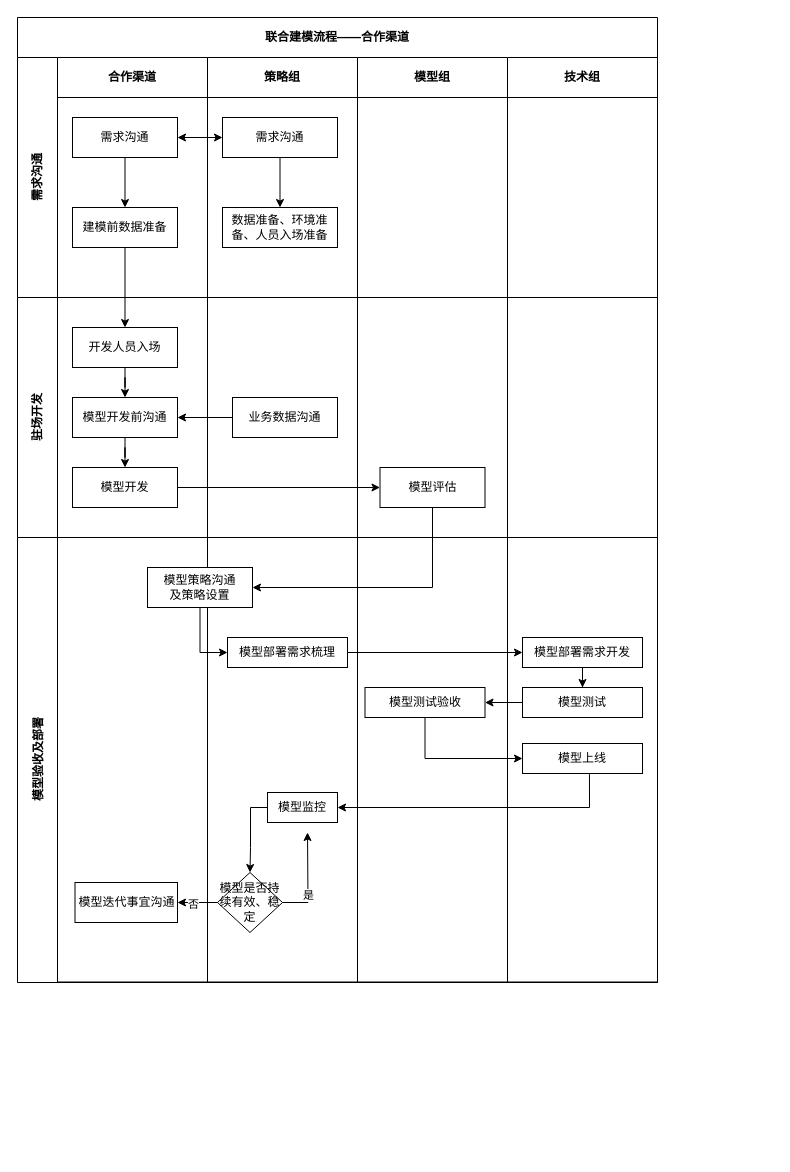
Earlier version of the draw.io diagram page "资产方" (1 of 2) of 建模流程.drawio (rayboom/books). Source tidied: cells renumbered, new cells numbered last; positions are measured from the earlier drawing's top-left corner, leaving out a move shared by most shapes. Both pictures are drawn from the tidied source at 100%, with x=0, y=0 at pixel (17, 17).
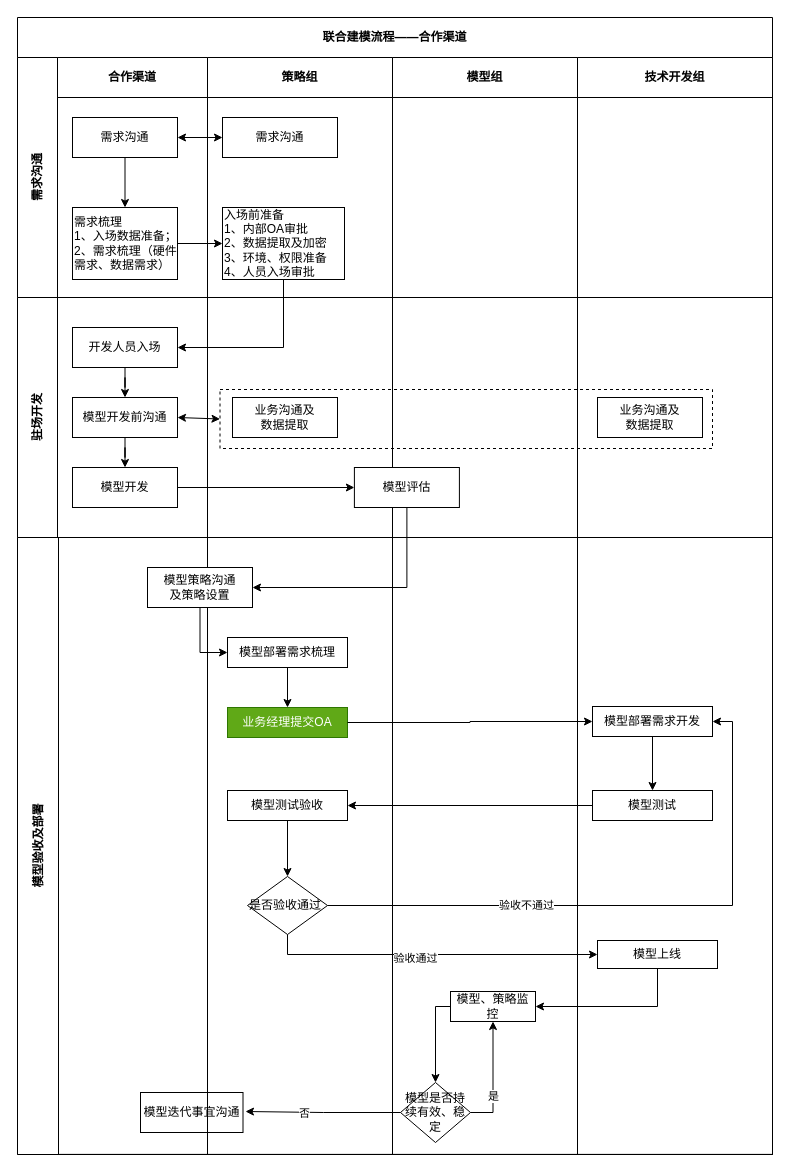
After the change.

The change refers to these unchanged cells:
```xml
<mxCell id="9" value="需求沟通" style="whiteSpace=wrap;html=1;rounded=0;" parent="8" vertex="1">
  <mxGeometry x="15" y="60" width="115" height="40" as="geometry" />
</mxCell>
<mxCell id="16" style="swimlane;startSize=0;html=1;whiteSpace=wrap;" parent="15" vertex="1">
  <mxGeometry x="40" width="150" height="240" as="geometry" />
</mxCell>
<mxCell id="17" value="开发人员入场" style="rounded=0;whiteSpace=wrap;html=1;" parent="16" vertex="1">
  <mxGeometry x="15" y="30" width="105" height="40" as="geometry" />
</mxCell>
<mxCell id="18" value="模型开发前沟通" style="rounded=0;whiteSpace=wrap;html=1;" parent="16" vertex="1">
  <mxGeometry x="15" y="100" width="105" height="40" as="geometry" />
</mxCell>
<mxCell id="35" value="模型部署需求梳理" style="whiteSpace=wrap;html=1;rounded=0;" parent="32" vertex="1">
  <mxGeometry x="20" y="100" width="120" height="30" as="geometry" />
</mxCell>
```

What changed in the source:
```diff
@@
     <mxCell id="2" value="联合建模流程——合作渠道" style="shape=table;childLayout=tableLayout;rowLines=0;columnLines=0;startSize=40;html=1;whiteSpace=wrap;fontStyle=1;align=center;" parent="1" vertex="1">
-      <mxGeometry width="640" height="964.5" as="geometry" />
+      <mxGeometry width="755" height="1136.9" as="geometry" />
     </mxCell>
     <mxCell id="3" value="需求沟通" style="swimlane;horizontal=0;startSize=40;html=1;whiteSpace=wrap;fontStyle=1;" parent="2" vertex="1">
-      <mxGeometry y="40" width="640" height="240" as="geometry" />
+      <mxGeometry y="40" width="755" height="240" as="geometry" />
     </mxCell>
-    <mxCell id="4" value="合作渠道" style="swimlane;startSize=40;html=1;whiteSpace=wrap;" parent="3" vertex="1">
+    <mxCell id="4" value="合作渠道" style="swimlane;startSize=40;html=1;whiteSpace=wrap;align=center;" parent="3" vertex="1">
       <mxGeometry x="40" width="150" height="240" as="geometry" />
     </mxCell>
@@
-    <mxCell id="6" value="建模前数据准备" style="rounded=0;whiteSpace=wrap;html=1;" parent="4" vertex="1">
-      <mxGeometry x="15" y="150" width="105" height="40" as="geometry" />
+    <mxCell id="6" value="需求梳理&lt;br&gt;1、入场数据准备；&lt;br&gt;2、需求梳理（硬件需求、数据需求）" style="rounded=0;whiteSpace=wrap;html=1;align=left;" parent="4" vertex="1">
+      <mxGeometry x="15" y="150" width="105" height="72" as="geometry" />
     </mxCell>
@@
     <mxCell id="8" value="策略组" style="swimlane;startSize=40;html=1;whiteSpace=wrap;" parent="3" vertex="1">
-      <mxGeometry x="190" width="150" height="240" as="geometry" />
+      <mxGeometry x="190" width="185" height="240" as="geometry" />
     </mxCell>
@@
-    <mxCell id="11" value="数据准备、环境准备、人员入场准备" style="whiteSpace=wrap;html=1;rounded=0;" parent="8" vertex="1">
-      <mxGeometry x="15" y="150" width="115" height="40" as="geometry" />
+    <mxCell id="11" value="&lt;span&gt;入场前准备&lt;/span&gt;&lt;br&gt;&lt;span&gt;1、内部OA审批&lt;/span&gt;&lt;br&gt;&lt;span&gt;2、数据提取及加密&lt;/span&gt;&lt;br&gt;&lt;span&gt;3、环境、权限准备&lt;/span&gt;&lt;br&gt;&lt;span&gt;4、人员入场审批&lt;/span&gt;" style="whiteSpace=wrap;html=1;rounded=0;align=left;" parent="8" vertex="1">
+      <mxGeometry x="15" y="150" width="122" height="72" as="geometry" />
     </mxCell>
-    <mxCell id="12" style="edgeStyle=orthogonalEdgeStyle;rounded=0;jettySize=auto;html=1;" parent="8" edge="1" source="9" target="11">
-      <mxGeometry relative="1" as="geometry" />
-    </mxCell>
     <mxCell id="13" value="模型组" style="swimlane;startSize=40;html=1;whiteSpace=wrap;" parent="3" vertex="1">
-      <mxGeometry x="340" width="150" height="240" as="geometry" />
+      <mxGeometry x="375" width="185" height="240" as="geometry" />
     </mxCell>
-    <mxCell id="14" value="技术组" style="swimlane;startSize=40;html=1;whiteSpace=wrap;" parent="3" vertex="1">
-      <mxGeometry x="490" width="150" height="240" as="geometry" />
+    <mxCell id="14" value="技术开发组" style="swimlane;startSize=40;html=1;whiteSpace=wrap;" parent="3" vertex="1">
+      <mxGeometry x="560" width="195" height="240" as="geometry" />
     </mxCell>
+    <mxCell id="56" style="edgeStyle=orthogonalEdgeStyle;rounded=0;jettySize=auto;html=1;exitX=1;exitY=0.5;exitDx=0;exitDy=0;entryX=0;entryY=0.5;entryDx=0;entryDy=0;" parent="3" edge="1" source="6" target="11">
+      <mxGeometry relative="1" as="geometry" />
+    </mxCell>
     <mxCell id="15" value="驻场开发" style="swimlane;horizontal=0;startSize=40;html=1;whiteSpace=wrap;" parent="2" vertex="1">
-      <mxGeometry y="280" width="640" height="240" as="geometry" />
+      <mxGeometry y="280" width="755" height="240" as="geometry" />
     </mxCell>
@@
+    <mxCell id="57" style="endArrow=classic;startArrow=classic;html=1;entryX=0;entryY=0.5;entryDx=0;entryDy=0;" parent="16" edge="1" target="58">
+      <mxGeometry relative="1" as="geometry">
+        <mxPoint x="120" y="120" as="sourcePoint" />
+      </mxGeometry>
+    </mxCell>
     <mxCell id="22" style="swimlane;startSize=0;html=1;whiteSpace=wrap;" parent="15" vertex="1">
-      <mxGeometry x="190" width="150" height="240" as="geometry" />
+      <mxGeometry x="190" width="185" height="240" as="geometry" />
     </mxCell>
+    <mxCell id="58" style="rounded=0;whiteSpace=wrap;html=1;dashed=1;" parent="22" vertex="1">
+      <mxGeometry x="12.5" y="92" width="492.5" height="59" as="geometry" />
+    </mxCell>
-    <mxCell id="23" value="业务数据沟通" style="rounded=0;whiteSpace=wrap;html=1;" parent="22" vertex="1">
+    <mxCell id="23" value="业务沟通及&lt;br&gt;数据提取" style="rounded=0;whiteSpace=wrap;html=1;" parent="22" vertex="1">
       <mxGeometry x="25" y="100" width="105" height="40" as="geometry" />
     </mxCell>
     <mxCell id="24" style="swimlane;startSize=0;html=1;whiteSpace=wrap;" parent="15" vertex="1">
-      <mxGeometry x="340" width="150" height="240" as="geometry" />
+      <mxGeometry x="375" width="185" height="240" as="geometry" />
     </mxCell>
     <mxCell id="25" value="模型评估" style="rounded=0;whiteSpace=wrap;html=1;" parent="24" vertex="1">
-      <mxGeometry x="22.5" y="170" width="105" height="40" as="geometry" />
+      <mxGeometry x="-38.1" y="170" width="105" height="40" as="geometry" />
     </mxCell>
     <mxCell id="26" style="swimlane;startSize=0;html=1;whiteSpace=wrap;" parent="15" vertex="1">
-      <mxGeometry x="490" width="150" height="240" as="geometry" />
+      <mxGeometry x="560" width="195" height="240" as="geometry" />
     </mxCell>
-    <mxCell id="27" style="edgeStyle=orthogonalEdgeStyle;rounded=0;jettySize=auto;html=1;entryX=1;entryY=0.5;entryDx=0;entryDy=0;" parent="15" edge="1" source="23" target="18">
-      <mxGeometry relative="1" as="geometry" />
-    </mxCell>
+    <mxCell id="59" value="业务沟通及&lt;br&gt;数据提取" style="rounded=0;whiteSpace=wrap;html=1;" parent="26" vertex="1">
+      <mxGeometry x="20" y="100" width="105" height="40" as="geometry" />
+    </mxCell>
@@
-    <mxCell id="29" value="模型验收及部署" style="swimlane;horizontal=0;startSize=40;html=1;whiteSpace=wrap;" parent="2" vertex="1">
-      <mxGeometry y="520" width="640" height="445" as="geometry" />
+    <mxCell id="29" value="模型验收及部署" style="swimlane;horizontal=0;startSize=41;html=1;whiteSpace=wrap;" parent="2" vertex="1">
+      <mxGeometry y="520" width="755" height="617" as="geometry" />
     </mxCell>
     <mxCell id="30" style="swimlane;startSize=0;html=1;whiteSpace=wrap;" parent="29" vertex="1">
-      <mxGeometry x="40" width="150" height="445" as="geometry" />
+      <mxGeometry x="41" width="149" height="617" as="geometry" />
     </mxCell>
     <mxCell id="31" value="模型迭代事宜沟通" style="whiteSpace=wrap;html=1;" parent="30" vertex="1">
-      <mxGeometry x="17.5" y="345" width="102.5" height="40" as="geometry" />
+      <mxGeometry x="82" y="555" width="102.5" height="40" as="geometry" />
     </mxCell>
     <mxCell id="32" style="swimlane;startSize=0;html=1;whiteSpace=wrap;" parent="29" vertex="1">
-      <mxGeometry x="190" width="150" height="445" as="geometry" />
+      <mxGeometry x="190" width="185" height="617" as="geometry" />
     </mxCell>
@@
+    <mxCell id="60" value="业务经理提交OA" style="whiteSpace=wrap;html=1;rounded=0;fillColor=#60a917;strokeColor=#2D7600;fontColor=#ffffff;" parent="32" vertex="1">
+      <mxGeometry x="20" y="170" width="120" height="30" as="geometry" />
+    </mxCell>
+    <mxCell id="61" style="edgeStyle=orthogonalEdgeStyle;rounded=0;jettySize=auto;html=1;" parent="32" edge="1" source="35" target="60">
+      <mxGeometry relative="1" as="geometry" />
+    </mxCell>
+    <mxCell id="40" value="模型测试验收" style="whiteSpace=wrap;html=1;rounded=0;" parent="32" vertex="1">
+      <mxGeometry x="20" y="253" width="120" height="30" as="geometry" />
+    </mxCell>
+    <mxCell id="62" value="是否验收通过" style="rhombus;whiteSpace=wrap;html=1;align=left;" parent="32" vertex="1">
+      <mxGeometry x="40" y="339" width="80" height="58" as="geometry" />
+    </mxCell>
+    <mxCell id="63" style="edgeStyle=orthogonalEdgeStyle;rounded=0;jettySize=auto;html=1;exitX=0.5;exitY=1;exitDx=0;exitDy=0;" parent="32" edge="1" source="40" target="62">
+      <mxGeometry relative="1" as="geometry" />
+    </mxCell>
+    <mxCell id="39" style="swimlane;startSize=0;html=1;whiteSpace=wrap;" parent="29" vertex="1">
+      <mxGeometry x="375" width="185" height="617" as="geometry" />
+    </mxCell>
-    <mxCell id="36" style="edgeStyle=orthogonalEdgeStyle;rounded=0;jettySize=auto;html=1;entryX=0.5;entryY=0;entryDx=0;entryDy=0;exitX=0;exitY=0.5;exitDx=0;exitDy=0;" parent="32" edge="1" source="37" target="38">
+    <mxCell id="36" style="edgeStyle=orthogonalEdgeStyle;rounded=0;jettySize=auto;html=1;entryX=0.5;entryY=0;entryDx=0;entryDy=0;exitX=0;exitY=0.5;exitDx=0;exitDy=0;" parent="39" edge="1" source="37" target="38">
       <mxGeometry relative="1" as="geometry">
         <Array as="points">
-          <mxPoint x="43" y="270" />
-          <mxPoint x="43" y="310" />
+          <mxPoint x="43" y="469" />
         </Array>
       </mxGeometry>
     </mxCell>
-    <mxCell id="37" value="模型监控" style="whiteSpace=wrap;html=1;rounded=0;" parent="32" vertex="1">
-      <mxGeometry x="60" y="255" width="70" height="30" as="geometry" />
+    <mxCell id="37" value="模型、策略监控" style="whiteSpace=wrap;html=1;rounded=0;" parent="39" vertex="1">
+      <mxGeometry x="58" y="454" width="85" height="30" as="geometry" />
     </mxCell>
-    <mxCell id="38" value="模型是否持续有效、稳定" style="rhombus;whiteSpace=wrap;html=1;" parent="32" vertex="1">
-      <mxGeometry x="10" y="335" width="65" height="60" as="geometry" />
+    <mxCell id="38" value="模型是否持续有效、稳定" style="rhombus;whiteSpace=wrap;html=1;" parent="39" vertex="1">
+      <mxGeometry x="8" y="545" width="70" height="60" as="geometry" />
     </mxCell>
-    <mxCell id="39" style="swimlane;startSize=0;html=1;whiteSpace=wrap;" parent="29" vertex="1">
-      <mxGeometry x="340" width="150" height="445" as="geometry" />
-    </mxCell>
-    <mxCell id="40" value="模型测试验收" style="whiteSpace=wrap;html=1;rounded=0;" parent="39" vertex="1">
-      <mxGeometry x="7.5" y="150" width="120" height="30" as="geometry" />
-    </mxCell>
+    <mxCell id="54" style="edgeStyle=orthogonalEdgeStyle;rounded=0;jettySize=auto;html=1;entryX=0.5;entryY=1;entryDx=0;entryDy=0;exitX=1;exitY=0.5;exitDx=0;exitDy=0;" parent="39" edge="1" source="38" target="37">
+      <mxGeometry relative="1" as="geometry" />
+    </mxCell>
+    <mxCell id="55" value="是" style="edgeLabel;html=1;align=center;verticalAlign=middle;" parent="54" vertex="1">
+      <mxGeometry x="-0.31" relative="1" as="geometry" />
+    </mxCell>
     <mxCell id="41" style="swimlane;startSize=0;html=1;whiteSpace=wrap;" parent="29" vertex="1">
-      <mxGeometry x="490" width="150" height="445" as="geometry" />
+      <mxGeometry x="560" width="195" height="617" as="geometry" />
     </mxCell>
     <mxCell id="42" value="模型部署需求开发" style="whiteSpace=wrap;html=1;rounded=0;" parent="41" vertex="1">
-      <mxGeometry x="15" y="100" width="120" height="30" as="geometry" />
+      <mxGeometry x="15" y="169" width="120" height="30" as="geometry" />
     </mxCell>
     <mxCell id="43" value="模型测试" style="whiteSpace=wrap;html=1;rounded=0;" parent="41" vertex="1">
-      <mxGeometry x="15" y="150" width="120" height="30" as="geometry" />
+      <mxGeometry x="15" y="253" width="120" height="30" as="geometry" />
     </mxCell>
@@
     <mxCell id="45" value="模型上线" style="whiteSpace=wrap;html=1;rounded=0;" parent="41" vertex="1">
-      <mxGeometry x="15" y="206" width="120" height="30" as="geometry" />
+      <mxGeometry x="20" y="403" width="120" height="28" as="geometry" />
     </mxCell>
-    <mxCell id="46" style="edgeStyle=orthogonalEdgeStyle;rounded=0;jettySize=auto;html=1;" parent="29" edge="1" source="35" target="42">
+    <mxCell id="46" style="edgeStyle=orthogonalEdgeStyle;rounded=0;jettySize=auto;html=1;entryX=0;entryY=0.5;entryDx=0;entryDy=0;exitX=1;exitY=0.5;exitDx=0;exitDy=0;" parent="29" edge="1" source="60" target="42">
       <mxGeometry relative="1" as="geometry" />
     </mxCell>
-    <mxCell id="47" style="edgeStyle=orthogonalEdgeStyle;rounded=0;jettySize=auto;html=1;" parent="29" edge="1" source="43" target="40">
+    <mxCell id="47" style="edgeStyle=orthogonalEdgeStyle;rounded=0;jettySize=auto;html=1;entryX=1;entryY=0.5;entryDx=0;entryDy=0;" parent="29" edge="1" source="43" target="40">
       <mxGeometry relative="1" as="geometry" />
     </mxCell>
-    <mxCell id="48" style="edgeStyle=orthogonalEdgeStyle;rounded=0;jettySize=auto;html=1;exitX=0.5;exitY=1;exitDx=0;exitDy=0;entryX=0;entryY=0.5;entryDx=0;entryDy=0;" parent="29" edge="1" source="40" target="45">
-      <mxGeometry relative="1" as="geometry" />
-    </mxCell>
-    <mxCell id="49" style="edgeStyle=orthogonalEdgeStyle;rounded=0;jettySize=auto;html=1;exitX=0.558;exitY=1.022;exitDx=0;exitDy=0;exitPerimeter=0;entryX=1;entryY=0.5;entryDx=0;entryDy=0;" parent="29" edge="1" source="45" target="37">
-      <mxGeometry relative="1" as="geometry" />
-    </mxCell>
-    <mxCell id="50" style="edgeStyle=orthogonalEdgeStyle;rounded=0;jettySize=auto;html=1;" parent="29" edge="1" source="38" target="31">
-      <mxGeometry relative="1" as="geometry" />
+    <mxCell id="50" style="edgeStyle=orthogonalEdgeStyle;rounded=0;jettySize=auto;html=1;" parent="29" edge="1" source="38">
+      <mxGeometry relative="1" as="geometry">
+        <mxPoint x="228" y="574" as="targetPoint" />
+      </mxGeometry>
     </mxCell>
@@
-    <mxCell id="52" style="edgeStyle=orthogonalEdgeStyle;rounded=0;jettySize=auto;html=1;" parent="2" edge="1" source="6" target="17">
-      <mxGeometry relative="1" as="geometry" />
-    </mxCell>
+    <mxCell id="64" style="edgeStyle=orthogonalEdgeStyle;rounded=0;jettySize=auto;html=1;entryX=0;entryY=0.5;entryDx=0;entryDy=0;exitX=0.5;exitY=1;exitDx=0;exitDy=0;" parent="29" edge="1" source="62" target="45">
+      <mxGeometry relative="1" as="geometry" />
+    </mxCell>
+    <mxCell id="65" value="验收通过" style="edgeLabel;html=1;align=center;verticalAlign=middle;" parent="64" vertex="1">
+      <mxGeometry x="-0.11" y="-3" relative="1" as="geometry" />
+    </mxCell>
+    <mxCell id="66" style="edgeStyle=orthogonalEdgeStyle;rounded=0;jettySize=auto;html=1;exitX=1;exitY=0.5;exitDx=0;exitDy=0;entryX=1;entryY=0.5;entryDx=0;entryDy=0;" parent="29" edge="1" source="62" target="42">
+      <mxGeometry relative="1" as="geometry" />
+    </mxCell>
+    <mxCell id="67" value="验收不通过" style="edgeLabel;html=1;align=center;verticalAlign=middle;" parent="66" vertex="1">
+      <mxGeometry x="-0.35" y="1" relative="1" as="geometry" />
+    </mxCell>
+    <mxCell id="49" style="edgeStyle=orthogonalEdgeStyle;rounded=0;jettySize=auto;html=1;entryX=1;entryY=0.5;entryDx=0;entryDy=0;exitX=0.5;exitY=1;exitDx=0;exitDy=0;" parent="29" edge="1" source="45" target="37">
+      <mxGeometry relative="1" as="geometry" />
+    </mxCell>
@@
-    <mxCell id="54" style="edgeStyle=orthogonalEdgeStyle;rounded=0;jettySize=auto;html=1;" parent="1" edge="1" source="38">
-      <mxGeometry relative="1" as="geometry">
-        <mxPoint x="290" y="815" as="targetPoint" />
-      </mxGeometry>
-    </mxCell>
-    <mxCell id="55" value="是" style="edgeLabel;html=1;align=center;verticalAlign=middle;" parent="54" vertex="1">
-      <mxGeometry x="-0.31" relative="1" as="geometry" />
-    </mxCell>
+    <mxCell id="68" style="edgeStyle=orthogonalEdgeStyle;rounded=0;jettySize=auto;html=1;exitX=0.5;exitY=1;exitDx=0;exitDy=0;entryX=1;entryY=0.5;entryDx=0;entryDy=0;" parent="2" edge="1" source="11" target="17">
+      <mxGeometry relative="1" as="geometry" />
+    </mxCell>
```
